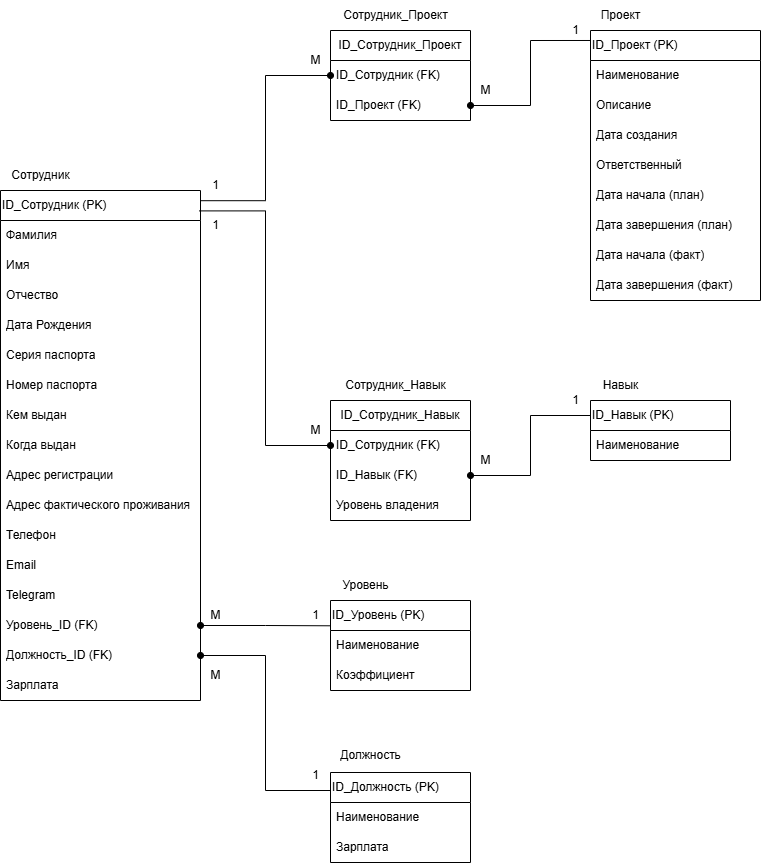
Above: IDEF1X/idef1x.drawio.png in Jamurrr/WF-Spravochnik (draw.io), before the change. Source tidied: cells renumbered, new cells last; positions are measured from the earlier drawing's top-left corner, leaving out a move shared by most shapes.
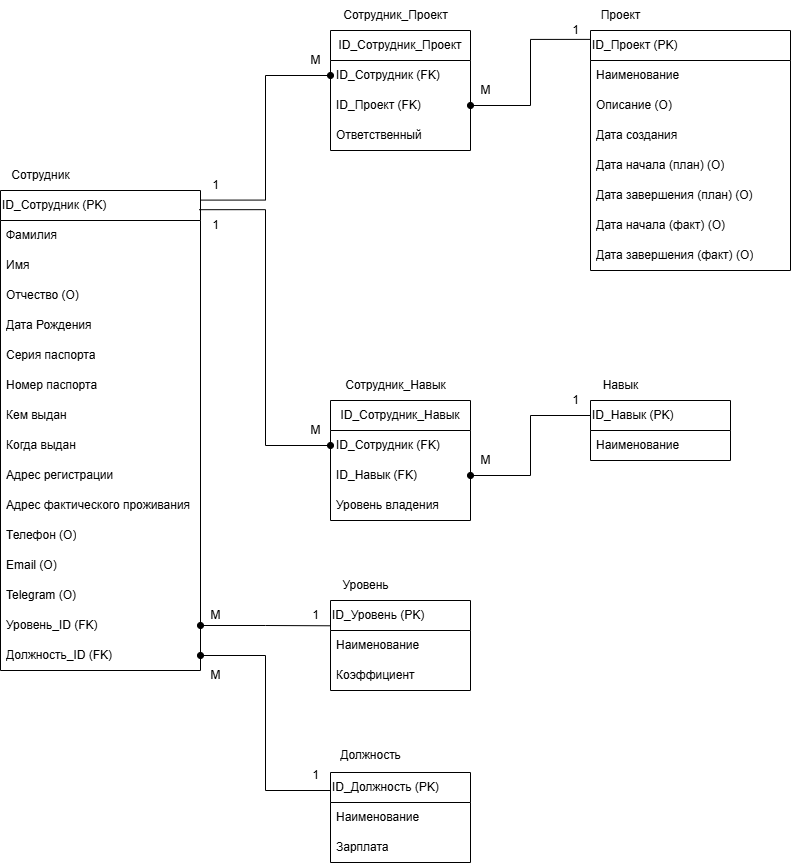
The same diagram one commit later.

Diff of the diagram source:
```diff
@@ -6,7 +6,7 @@
       <mxGeometry y="160" width="200" height="450" as="geometry" />
     </mxCell>
     <mxCell id="3" value="ID_Сотрудник (PK)" style="swimlane;fontStyle=0;horizontal=1;startSize=30;whiteSpace=wrap;html=1;swimlaneLine=1;align=left;" parent="2" vertex="1">
-      <mxGeometry y="30" width="200" height="510" as="geometry" />
+      <mxGeometry y="30" width="200" height="480" as="geometry" />
     </mxCell>
     <mxCell id="4" value="Фамилия" style="text;strokeColor=none;fillColor=none;align=left;verticalAlign=middle;spacingLeft=4;spacingRight=4;overflow=hidden;whiteSpace=wrap;html=1;" parent="3" vertex="1">
       <mxGeometry y="30" width="200" height="30" as="geometry" />
@@ -14,7 +14,7 @@
     <mxCell id="5" value="Имя" style="text;strokeColor=none;fillColor=none;align=left;verticalAlign=middle;spacingLeft=4;spacingRight=4;overflow=hidden;whiteSpace=wrap;html=1;" parent="3" vertex="1">
       <mxGeometry y="60" width="200" height="30" as="geometry" />
     </mxCell>
-    <mxCell id="6" value="Отчество" style="text;strokeColor=none;fillColor=none;align=left;verticalAlign=middle;spacingLeft=4;spacingRight=4;overflow=hidden;whiteSpace=wrap;html=1;" parent="3" vertex="1">
+    <mxCell id="6" value="Отчество (О)" style="text;strokeColor=none;fillColor=none;align=left;verticalAlign=middle;spacingLeft=4;spacingRight=4;overflow=hidden;whiteSpace=wrap;html=1;" parent="3" vertex="1">
       <mxGeometry y="90" width="200" height="30" as="geometry" />
     </mxCell>
     <mxCell id="7" value="Дата Рождения" style="text;strokeColor=none;fillColor=none;align=left;verticalAlign=middle;spacingLeft=4;spacingRight=4;overflow=hidden;whiteSpace=wrap;html=1;" parent="3" vertex="1">
@@ -38,13 +38,13 @@
     <mxCell id="13" value="Адрес фактического проживания" style="text;strokeColor=none;fillColor=none;align=left;verticalAlign=middle;spacingLeft=4;spacingRight=4;overflow=hidden;whiteSpace=wrap;html=1;" parent="3" vertex="1">
       <mxGeometry y="300" width="200" height="30" as="geometry" />
     </mxCell>
-    <mxCell id="14" value="Телефон" style="text;strokeColor=none;fillColor=none;align=left;verticalAlign=middle;spacingLeft=4;spacingRight=4;overflow=hidden;whiteSpace=wrap;html=1;" parent="3" vertex="1">
+    <mxCell id="14" value="Телефон (О)" style="text;strokeColor=none;fillColor=none;align=left;verticalAlign=middle;spacingLeft=4;spacingRight=4;overflow=hidden;whiteSpace=wrap;html=1;" parent="3" vertex="1">
       <mxGeometry y="330" width="200" height="30" as="geometry" />
     </mxCell>
-    <mxCell id="15" value="Email" style="text;strokeColor=none;fillColor=none;align=left;verticalAlign=middle;spacingLeft=4;spacingRight=4;overflow=hidden;whiteSpace=wrap;html=1;" parent="3" vertex="1">
+    <mxCell id="15" value="Email (О)" style="text;strokeColor=none;fillColor=none;align=left;verticalAlign=middle;spacingLeft=4;spacingRight=4;overflow=hidden;whiteSpace=wrap;html=1;" parent="3" vertex="1">
       <mxGeometry y="360" width="200" height="30" as="geometry" />
     </mxCell>
-    <mxCell id="16" value="Telegram" style="text;strokeColor=none;fillColor=none;align=left;verticalAlign=middle;spacingLeft=4;spacingRight=4;overflow=hidden;whiteSpace=wrap;html=1;" parent="3" vertex="1">
+    <mxCell id="16" value="Telegram (О)" style="text;strokeColor=none;fillColor=none;align=left;verticalAlign=middle;spacingLeft=4;spacingRight=4;overflow=hidden;whiteSpace=wrap;html=1;" parent="3" vertex="1">
       <mxGeometry y="390" width="200" height="30" as="geometry" />
     </mxCell>
     <mxCell id="17" value="Уровень_ID (FK)" style="text;strokeColor=none;fillColor=none;align=left;verticalAlign=middle;spacingLeft=4;spacingRight=4;overflow=hidden;points=[[0,0.5],[1,0.5]];portConstraint=eastwest;whiteSpace=wrap;html=1;" parent="3" vertex="1">
@@ -53,9 +53,6 @@
     <mxCell id="18" value="Должность_ID (FK)" style="text;strokeColor=none;fillColor=none;align=left;verticalAlign=middle;spacingLeft=4;spacingRight=4;overflow=hidden;points=[[0,0.5],[1,0.5]];portConstraint=eastwest;whiteSpace=wrap;html=1;" parent="3" vertex="1">
       <mxGeometry y="450" width="200" height="30" as="geometry" />
     </mxCell>
-    <mxCell id="19" value="Зарплата" style="text;strokeColor=none;fillColor=none;align=left;verticalAlign=middle;spacingLeft=4;spacingRight=4;overflow=hidden;whiteSpace=wrap;html=1;" parent="3" vertex="1">
-      <mxGeometry y="480" width="200" height="30" as="geometry" />
-    </mxCell>
     <mxCell id="20" value="Сотрудник" style="text;html=1;align=center;verticalAlign=middle;strokeColor=none;fillColor=none;" parent="2" vertex="1">
       <mxGeometry width="80" height="30" as="geometry" />
     </mxCell>
@@ -90,34 +87,31 @@
       <mxGeometry width="80" height="30" as="geometry" />
     </mxCell>
     <mxCell id="31" style="group;" parent="1" vertex="1">
-      <mxGeometry x="590" width="170" height="300" as="geometry" />
+      <mxGeometry x="590" width="200" height="300" as="geometry" />
     </mxCell>
     <mxCell id="32" value="ID_Проект (PK)" style="swimlane;fontStyle=0;horizontal=1;startSize=30;whiteSpace=wrap;html=1;align=left;" parent="31" vertex="1">
-      <mxGeometry y="30" width="170" height="270" as="geometry" />
+      <mxGeometry y="30" width="200" height="240" as="geometry" />
     </mxCell>
     <mxCell id="33" value="Наименование" style="text;strokeColor=none;fillColor=none;align=left;verticalAlign=middle;spacingLeft=4;spacingRight=4;overflow=hidden;whiteSpace=wrap;html=1;" parent="32" vertex="1">
-      <mxGeometry y="30" width="170" height="30" as="geometry" />
+      <mxGeometry y="30" width="200" height="30" as="geometry" />
     </mxCell>
-    <mxCell id="34" value="Описание" style="text;strokeColor=none;fillColor=none;align=left;verticalAlign=middle;spacingLeft=4;spacingRight=4;overflow=hidden;whiteSpace=wrap;html=1;" parent="32" vertex="1">
-      <mxGeometry y="60" width="170" height="30" as="geometry" />
+    <mxCell id="34" value="Описание (О)" style="text;strokeColor=none;fillColor=none;align=left;verticalAlign=middle;spacingLeft=4;spacingRight=4;overflow=hidden;whiteSpace=wrap;html=1;" parent="32" vertex="1">
+      <mxGeometry y="60" width="200" height="30" as="geometry" />
     </mxCell>
     <mxCell id="35" value="Дата создания" style="text;strokeColor=none;fillColor=none;align=left;verticalAlign=middle;spacingLeft=4;spacingRight=4;overflow=hidden;whiteSpace=wrap;html=1;" parent="32" vertex="1">
-      <mxGeometry y="90" width="170" height="30" as="geometry" />
+      <mxGeometry y="90" width="200" height="30" as="geometry" />
     </mxCell>
-    <mxCell id="36" value="Ответственный" style="text;strokeColor=none;fillColor=none;align=left;verticalAlign=middle;spacingLeft=4;spacingRight=4;overflow=hidden;whiteSpace=wrap;html=1;" parent="32" vertex="1">
-      <mxGeometry y="120" width="170" height="30" as="geometry" />
-    </mxCell>
-    <mxCell id="37" value="Дата начала (план)" style="text;strokeColor=none;fillColor=none;align=left;verticalAlign=middle;spacingLeft=4;spacingRight=4;overflow=hidden;whiteSpace=wrap;html=1;" parent="32" vertex="1">
-      <mxGeometry y="150" width="170" height="30" as="geometry" />
+    <mxCell id="37" value="Дата начала (план) (О)" style="text;strokeColor=none;fillColor=none;align=left;verticalAlign=middle;spacingLeft=4;spacingRight=4;overflow=hidden;whiteSpace=wrap;html=1;" parent="32" vertex="1">
+      <mxGeometry y="120" width="200" height="30" as="geometry" />
     </mxCell>
-    <mxCell id="38" value="Дата завершения (план)&amp;nbsp;" style="text;strokeColor=none;fillColor=none;align=left;verticalAlign=middle;spacingLeft=4;spacingRight=4;overflow=hidden;whiteSpace=wrap;html=1;" parent="32" vertex="1">
-      <mxGeometry y="180" width="170" height="30" as="geometry" />
+    <mxCell id="38" value="Дата завершения (план) (О)" style="text;strokeColor=none;fillColor=none;align=left;verticalAlign=middle;spacingLeft=4;spacingRight=4;overflow=hidden;whiteSpace=wrap;html=1;" parent="32" vertex="1">
+      <mxGeometry y="150" width="200" height="30" as="geometry" />
     </mxCell>
-    <mxCell id="39" value="Дата начала (факт)" style="text;strokeColor=none;fillColor=none;align=left;verticalAlign=middle;spacingLeft=4;spacingRight=4;overflow=hidden;whiteSpace=wrap;html=1;" parent="32" vertex="1">
-      <mxGeometry y="210" width="170" height="30" as="geometry" />
+    <mxCell id="39" value="Дата начала (факт) (О)" style="text;strokeColor=none;fillColor=none;align=left;verticalAlign=middle;spacingLeft=4;spacingRight=4;overflow=hidden;whiteSpace=wrap;html=1;" parent="32" vertex="1">
+      <mxGeometry y="180" width="200" height="30" as="geometry" />
     </mxCell>
-    <mxCell id="40" value="Дата завершения (факт)" style="text;strokeColor=none;fillColor=none;align=left;verticalAlign=middle;spacingLeft=4;spacingRight=4;overflow=hidden;whiteSpace=wrap;html=1;" parent="32" vertex="1">
-      <mxGeometry y="240" width="170" height="30" as="geometry" />
+    <mxCell id="40" value="Дата завершения (факт) (О)" style="text;strokeColor=none;fillColor=none;align=left;verticalAlign=middle;spacingLeft=4;spacingRight=4;overflow=hidden;whiteSpace=wrap;html=1;" parent="32" vertex="1">
+      <mxGeometry y="210" width="200" height="30" as="geometry" />
     </mxCell>
     <mxCell id="41" value="Проект" style="text;html=1;align=center;verticalAlign=middle;strokeColor=none;fillColor=none;" parent="31" vertex="1">
       <mxGeometry width="60" height="30" as="geometry" />
@@ -126,7 +120,7 @@
       <mxGeometry x="330" width="140" height="120" as="geometry" />
     </mxCell>
     <mxCell id="43" value="ID_Сотрудник_Проект" style="swimlane;fontStyle=0;horizontal=1;startSize=30;whiteSpace=wrap;html=1;" parent="42" vertex="1">
-      <mxGeometry y="30" width="140" height="90" as="geometry" />
+      <mxGeometry y="30" width="140" height="120" as="geometry" />
     </mxCell>
     <mxCell id="44" value="ID_Сотрудник (FK)" style="text;strokeColor=none;fillColor=none;align=left;verticalAlign=middle;spacingLeft=4;spacingRight=4;overflow=hidden;points=[[0,0.5],[1,0.5]];portConstraint=eastwest;whiteSpace=wrap;html=1;" parent="43" vertex="1">
       <mxGeometry y="30" width="140" height="30" as="geometry" />
@@ -134,6 +128,9 @@
     <mxCell id="45" value="ID_Проект (FK)" style="text;strokeColor=none;fillColor=none;align=left;verticalAlign=middle;spacingLeft=4;spacingRight=4;overflow=hidden;points=[[0,0.5],[1,0.5]];portConstraint=eastwest;whiteSpace=wrap;html=1;" parent="43" vertex="1">
       <mxGeometry y="60" width="140" height="30" as="geometry" />
     </mxCell>
+    <mxCell id="36" value="Ответственный" style="text;strokeColor=none;fillColor=none;align=left;verticalAlign=middle;spacingLeft=4;spacingRight=4;overflow=hidden;whiteSpace=wrap;html=1;" parent="43" vertex="1">
+      <mxGeometry y="90" width="140" height="30" as="geometry" />
+    </mxCell>
     <mxCell id="46" value="Сотрудник_Проект" style="text;html=1;align=center;verticalAlign=middle;strokeColor=none;fillColor=none;" parent="42" vertex="1">
       <mxGeometry width="130" height="30" as="geometry" />
     </mxCell>
```
